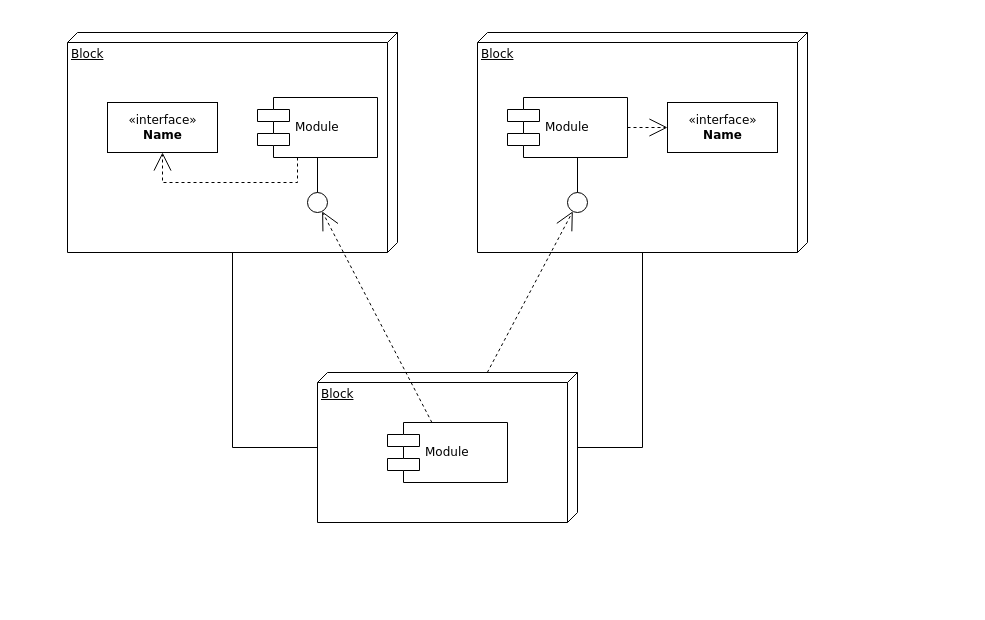
Before: Untitled Diagram.drawio in alexleo123456/testvsignore, a draw.io diagram. Source tidied: cells renumbered, new cells numbered last; positions are measured from the earlier drawing's top-left corner, leaving out a move shared by most shapes. Both pictures are drawn from the tidied source at 100%, with x=0, y=0 at pixel (67, 32).
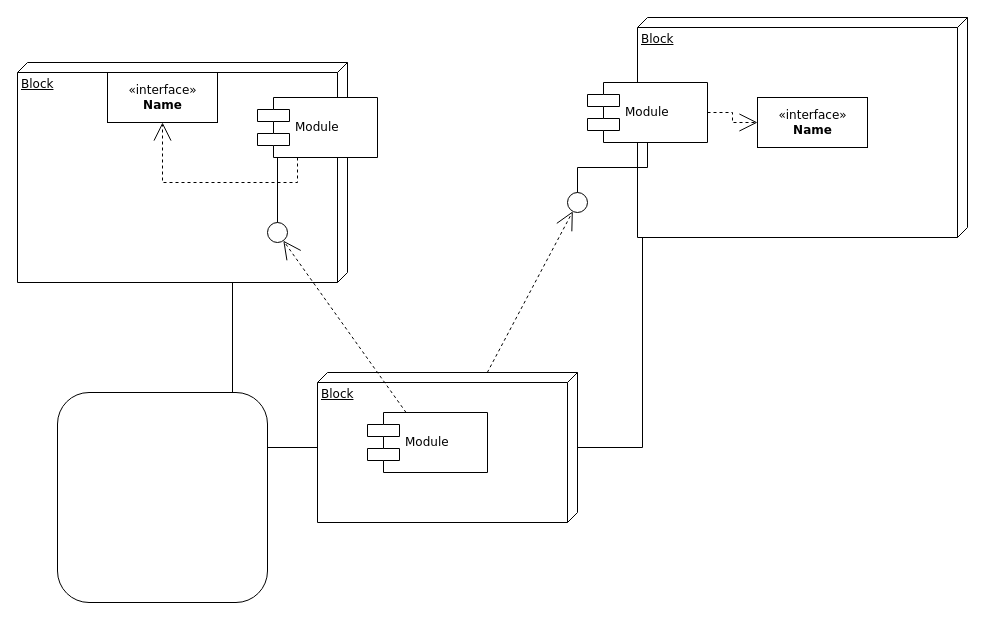
The same diagram, later.

Diff of the diagram source:
```diff
@@
     <mxCell id="2" value="Block" style="verticalAlign=top;align=left;spacingTop=8;spacingLeft=2;spacingRight=12;shape=cube;size=10;direction=south;fontStyle=4;html=1;rounded=0;shadow=0;comic=0;labelBackgroundColor=none;strokeWidth=1;fontFamily=Verdana;fontSize=12;" parent="1" vertex="1">
-      <mxGeometry width="330" height="220" as="geometry" />
+      <mxGeometry x="-50" y="30" width="330" height="220" as="geometry" />
     </mxCell>
     <mxCell id="3" value="Block" style="verticalAlign=top;align=left;spacingTop=8;spacingLeft=2;spacingRight=12;shape=cube;size=10;direction=south;fontStyle=4;html=1;rounded=0;shadow=0;comic=0;labelBackgroundColor=none;strokeWidth=1;fontFamily=Verdana;fontSize=12;" parent="1" vertex="1">
-      <mxGeometry x="410" width="330" height="220" as="geometry" />
+      <mxGeometry x="570" y="-15" width="330" height="220" as="geometry" />
     </mxCell>
@@
     <mxCell id="5" value="&amp;laquo;interface&amp;raquo;&lt;br&gt;&lt;b&gt;Name&lt;/b&gt;" style="html=1;rounded=0;shadow=0;comic=0;labelBackgroundColor=none;strokeWidth=1;fontFamily=Verdana;fontSize=12;align=center;" parent="1" vertex="1">
-      <mxGeometry x="40" y="70" width="110" height="50" as="geometry" />
+      <mxGeometry x="40" y="40" width="110" height="50" as="geometry" />
     </mxCell>
@@
     <mxCell id="7" style="ellipse;whiteSpace=wrap;html=1;rounded=0;shadow=0;comic=0;labelBackgroundColor=none;strokeWidth=1;fontFamily=Verdana;fontSize=12;align=center;" parent="1" vertex="1">
-      <mxGeometry x="240" y="160" width="20" height="20" as="geometry" />
+      <mxGeometry x="200" y="190" width="20" height="20" as="geometry" />
     </mxCell>
     <mxCell id="8" value="Module" style="shape=component;align=left;spacingLeft=36;rounded=0;shadow=0;comic=0;labelBackgroundColor=none;strokeWidth=1;fontFamily=Verdana;fontSize=12;html=1;" parent="1" vertex="1">
-      <mxGeometry x="440" y="65" width="120" height="60" as="geometry" />
+      <mxGeometry x="520" y="50" width="120" height="60" as="geometry" />
     </mxCell>
     <mxCell id="9" value="&amp;laquo;interface&amp;raquo;&lt;br&gt;&lt;b&gt;Name&lt;/b&gt;" style="html=1;rounded=0;shadow=0;comic=0;labelBackgroundColor=none;strokeWidth=1;fontFamily=Verdana;fontSize=12;align=center;" parent="1" vertex="1">
-      <mxGeometry x="600" y="70" width="110" height="50" as="geometry" />
+      <mxGeometry x="690" y="65" width="110" height="50" as="geometry" />
     </mxCell>
@@
     <mxCell id="11" value="Module" style="shape=component;align=left;spacingLeft=36;rounded=0;shadow=0;comic=0;labelBackgroundColor=none;strokeWidth=1;fontFamily=Verdana;fontSize=12;html=1;" parent="1" vertex="1">
-      <mxGeometry x="320" y="390" width="120" height="60" as="geometry" />
+      <mxGeometry x="300" y="380" width="120" height="60" as="geometry" />
     </mxCell>
@@
+    <mxCell id="20" style="rounded=1;whiteSpace=wrap;html=1;" parent="1" vertex="1">
+      <mxGeometry x="-10" y="360" width="210" height="210" as="geometry" />
+    </mxCell>
```
